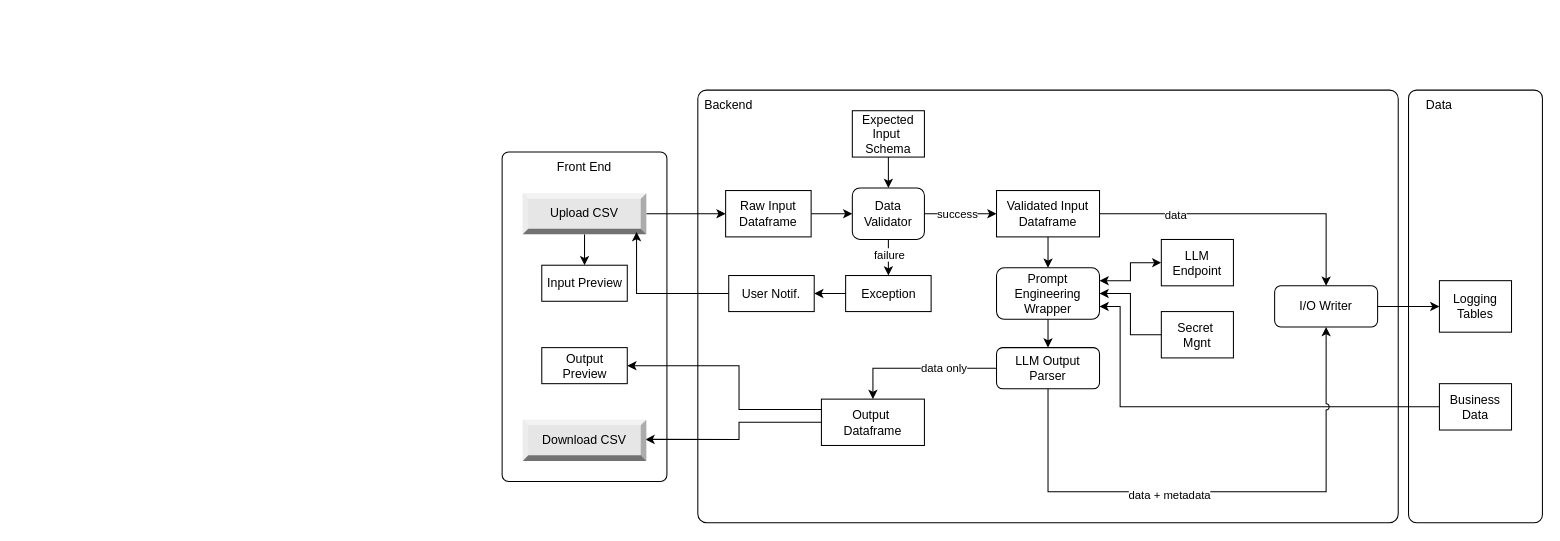
This is genai-classification.drawio from joshuavaple/draw-io, a draw.io file, before an edit. Source tidied: cells renumbered, new cells numbered last; positions are measured from the earlier drawing's top-left corner, leaving out a move shared by most shapes. Both pictures are drawn from the tidied source at 103%, with x=0, y=0 at pixel (502, 90).
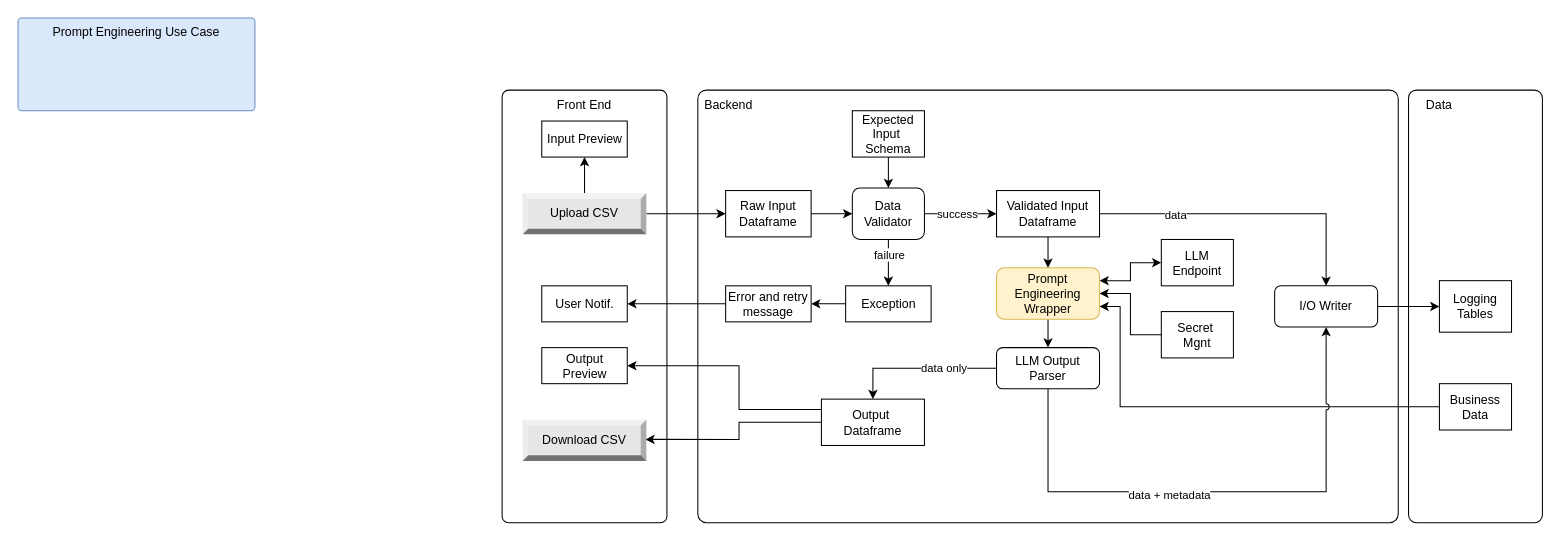
After the change.

The change refers to these unchanged cells:
```xml
<mxCell id="7" value="Upload CSV" style="labelPosition=center;verticalLabelPosition=middle;align=center;html=1;shape=mxgraph.basic.shaded_button;dx=5.41;fillColor=#E6E6E6;strokeColor=none;whiteSpace=wrap;" parent="1" vertex="1">
  <mxGeometry x="20" y="100" width="120" height="40" as="geometry" />
</mxCell>
```

The edit, as a diff of the source:
```diff
@@
     <mxCell id="4" style="rounded=1;whiteSpace=wrap;html=1;arcSize=4;" parent="1" vertex="1">
-      <mxGeometry y="60" width="160" height="320" as="geometry" />
+      <mxGeometry width="160" height="420" as="geometry" />
     </mxCell>
@@
-    <mxCell id="6" style="edgeStyle=orthogonalEdgeStyle;rounded=0;jettySize=auto;html=1;entryX=0.5;entryY=0;entryDx=0;entryDy=0;" parent="1" edge="1" source="7" target="38">
+    <mxCell id="6" style="edgeStyle=orthogonalEdgeStyle;rounded=0;jettySize=auto;html=1;entryX=0.5;entryY=1;entryDx=0;entryDy=0;" parent="1" edge="1" source="7" target="38">
       <mxGeometry relative="1" as="geometry" />
     </mxCell>
@@
-    <mxCell id="19" style="edgeStyle=orthogonalEdgeStyle;rounded=0;jettySize=auto;html=1;entryX=1;entryY=0.5;entryDx=0;entryDy=0;" parent="1" edge="1" source="20" target="21">
+    <mxCell id="19" style="edgeStyle=orthogonalEdgeStyle;rounded=0;jettySize=auto;html=1;" parent="1" edge="1" source="20" target="52">
       <mxGeometry relative="1" as="geometry" />
     </mxCell>
     <mxCell id="20" value="Exception" style="rounded=0;whiteSpace=wrap;html=1;" parent="1" vertex="1">
-      <mxGeometry x="333.5" y="180" width="83" height="35" as="geometry" />
+      <mxGeometry x="333.5" y="190" width="83" height="35" as="geometry" />
     </mxCell>
     <mxCell id="21" value="User Notif." style="rounded=0;whiteSpace=wrap;html=1;" parent="1" vertex="1">
-      <mxGeometry x="220" y="180" width="83" height="35" as="geometry" />
+      <mxGeometry x="38.5" y="190" width="83" height="35" as="geometry" />
     </mxCell>
-    <mxCell id="22" style="edgeStyle=orthogonalEdgeStyle;rounded=0;jettySize=auto;html=1;entryX=0.921;entryY=0.946;entryDx=0;entryDy=0;entryPerimeter=0;" parent="1" edge="1" source="21" target="7">
-      <mxGeometry relative="1" as="geometry" />
-    </mxCell>
@@
-    <mxCell id="30" value="Prompt Engineering Wrapper" style="rounded=1;whiteSpace=wrap;html=1;" parent="1" vertex="1">
+    <mxCell id="30" value="Prompt Engineering Wrapper" style="rounded=1;whiteSpace=wrap;html=1;fillColor=#fff2cc;strokeColor=#d6b656;" parent="1" vertex="1">
       <mxGeometry x="480" y="172.5" width="100" height="50" as="geometry" />
     </mxCell>
@@
     <mxCell id="38" value="Input Preview" style="rounded=0;whiteSpace=wrap;html=1;" parent="1" vertex="1">
-      <mxGeometry x="38.5" y="170" width="83" height="35" as="geometry" />
+      <mxGeometry x="38.5" y="30" width="83" height="35" as="geometry" />
     </mxCell>
@@
     <mxCell id="47" value="Front End" style="text;html=1;align=center;verticalAlign=middle;whiteSpace=wrap;rounded=0;" parent="1" vertex="1">
-      <mxGeometry x="50" y="60" width="60" height="30" as="geometry" />
+      <mxGeometry x="50" width="60" height="30" as="geometry" />
     </mxCell>
@@
+    <mxCell id="50" value="&lt;span class=&quot;fontstyle0&quot;&gt;Prompt Engineering Use Case&lt;/span&gt; &lt;br/&gt;&lt;br style=&quot;font-variant-numeric: normal; font-variant-east-asian: normal; font-variant-alternates: normal; font-variant-position: normal; font-variant-emoji: normal; line-height: normal; text-align: -webkit-auto; text-size-adjust: auto;&quot;&gt;&lt;div&gt;&lt;span class=&quot;fontstyle0&quot;&gt;&lt;br&gt;&lt;/span&gt;&lt;/div&gt;" style="rounded=1;whiteSpace=wrap;html=1;arcSize=4;fillColor=#dae8fc;strokeColor=#6c8ebf;verticalAlign=top;" parent="1" vertex="1">
+      <mxGeometry x="-470" y="-70" width="230" height="90" as="geometry" />
+    </mxCell>
+    <mxCell id="51" style="edgeStyle=orthogonalEdgeStyle;rounded=0;jettySize=auto;html=1;" parent="1" edge="1" source="52" target="21">
+      <mxGeometry relative="1" as="geometry" />
+    </mxCell>
+    <mxCell id="52" value="Error and retry message" style="rounded=0;whiteSpace=wrap;html=1;" parent="1" vertex="1">
+      <mxGeometry x="217" y="190" width="83" height="35" as="geometry" />
+    </mxCell>
```
